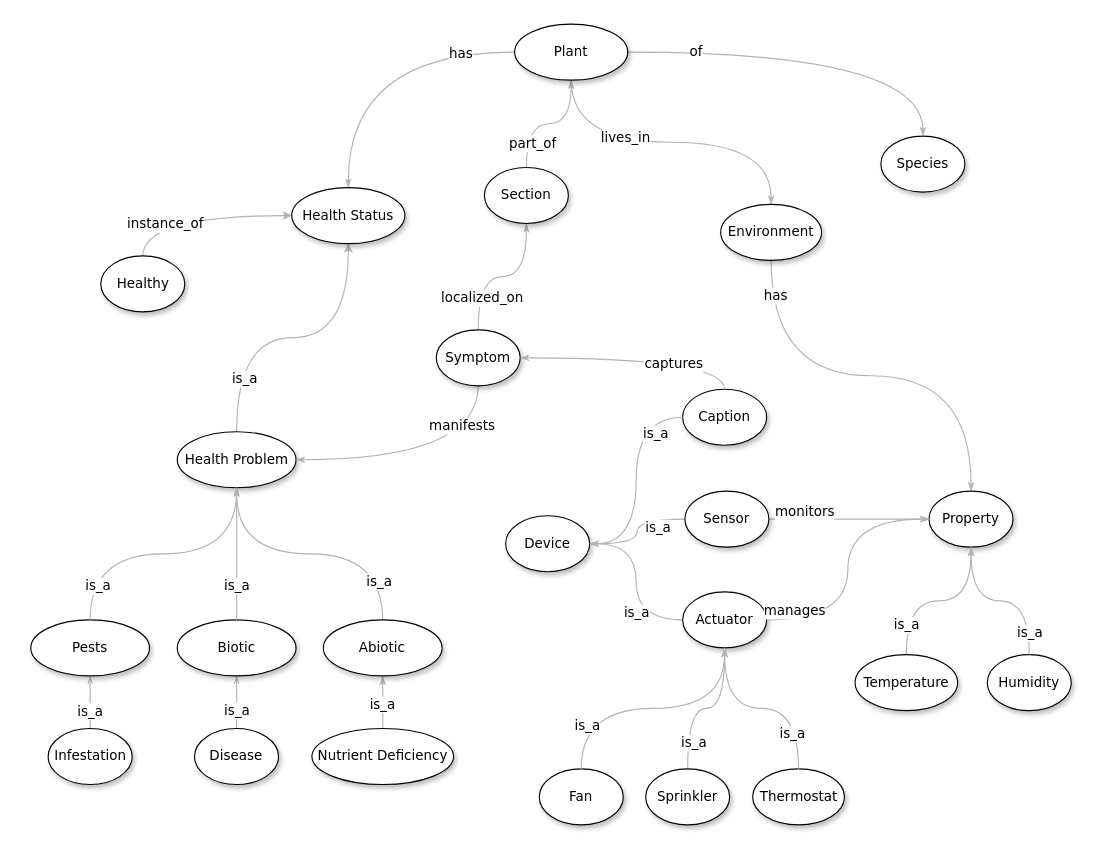
Above: docs/greenhouse_conceptualization.drawio in francescoperagine/GreMaES (draw.io), before the change. Source tidied: cells renumbered, new cells numbered last; positions are measured from the earlier drawing's top-left corner, leaving out a move shared by most shapes. Both pictures are drawn from the tidied source at 112%, with x=0, y=0 at pixel (30, 24).
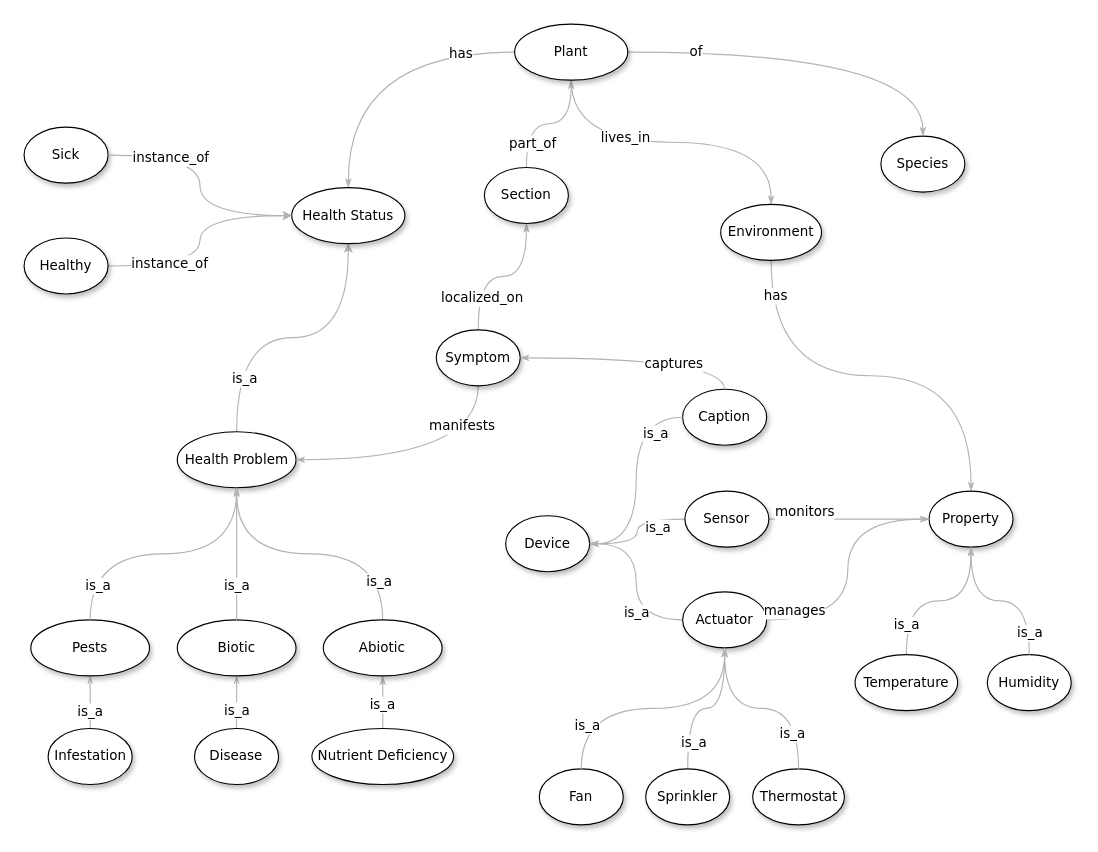
The same diagram, later.

The change refers to these unchanged cells:
```xml
<mxCell id="7" value="&lt;span&gt;Health Status&lt;/span&gt;" style="ellipse;whiteSpace=wrap;html=1;rounded=0;shadow=1;comic=0;labelBackgroundColor=default;strokeWidth=1;fontFamily=Verdana;fontSize=12;align=center;" parent="1" vertex="1">
  <mxGeometry x="233" y="146" width="101" height="50" as="geometry" />
</mxCell>
```

Change to the diagram source:
```diff
@@
-    <mxCell id="5" value="instance_of" style="edgeStyle=orthogonalEdgeStyle;rounded=0;html=1;labelBackgroundColor=default;startArrow=classic;startFill=1;startSize=5;endArrow=none;endFill=0;endSize=5;jettySize=auto;strokeColor=#B3B3B3;strokeWidth=1;fontFamily=Verdana;fontSize=12;elbow=vertical;curved=1;entryX=0.5;entryY=0;entryDx=0;entryDy=0;" parent="1" edge="1" source="7" target="14">
-      <mxGeometry x="0.67" y="20" relative="1" as="geometry" />
+    <mxCell id="5" value="instance_of" style="edgeStyle=orthogonalEdgeStyle;rounded=0;html=1;labelBackgroundColor=default;startArrow=classic;startFill=1;startSize=5;endArrow=none;endFill=0;endSize=5;jettySize=auto;strokeColor=#B3B3B3;strokeWidth=1;fontFamily=Verdana;fontSize=12;elbow=vertical;curved=1;entryX=1;entryY=0.5;entryDx=0;entryDy=0;" parent="1" edge="1" source="7" target="14">
+      <mxGeometry x="0.47" y="-2" relative="1" as="geometry" />
     </mxCell>
@@
     <mxCell id="14" value="&lt;span&gt;Healthy&lt;/span&gt;" style="ellipse;whiteSpace=wrap;html=1;rounded=0;shadow=1;comic=0;labelBackgroundColor=default;strokeWidth=1;fontFamily=Verdana;fontSize=12;align=center;" parent="1" vertex="1">
-      <mxGeometry x="62.5" y="207" width="75" height="50" as="geometry" />
+      <mxGeometry x="-6" y="191" width="75" height="50" as="geometry" />
     </mxCell>
@@
+    <mxCell id="52" value="&lt;span&gt;Sick&lt;/span&gt;" style="ellipse;whiteSpace=wrap;html=1;rounded=0;shadow=1;comic=0;labelBackgroundColor=default;strokeWidth=1;fontFamily=Verdana;fontSize=12;align=center;" parent="1" vertex="1">
+      <mxGeometry x="-6" y="92" width="75" height="50" as="geometry" />
+    </mxCell>
+    <mxCell id="53" value="instance_of" style="edgeStyle=orthogonalEdgeStyle;rounded=0;html=1;labelBackgroundColor=default;startArrow=classic;startFill=1;startSize=5;endArrow=none;endFill=0;endSize=5;jettySize=auto;strokeColor=#B3B3B3;strokeWidth=1;fontFamily=Verdana;fontSize=12;elbow=vertical;curved=1;entryX=1;entryY=0.5;entryDx=0;entryDy=0;" parent="1" edge="1" source="7" target="52">
+      <mxGeometry x="0.49" y="3" relative="1" as="geometry" />
+    </mxCell>
```
